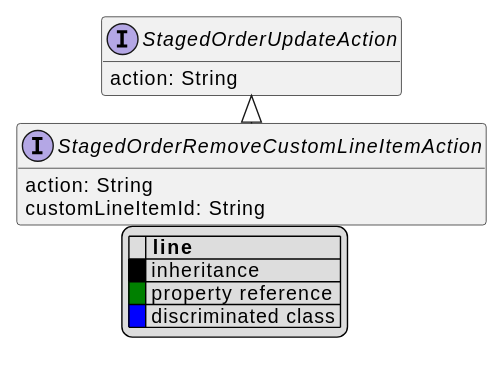
Before: uml/api/svg/StagedOrderRemoveCustomLineItemAction.svg, a diagram exported from PlantUML (commercetools/commercetools-api-reference). Source of this version:
```plantuml
@startuml
!pragma layout elk
hide empty fields
hide empty methods
legend
|= |= line |
|<back:black>   </back>| inheritance |
|<back:green>   </back>| property reference |
|<back:blue>   </back>| discriminated class |
endlegend
interface StagedOrderRemoveCustomLineItemAction [[StagedOrderRemoveCustomLineItemAction.svg]] extends StagedOrderUpdateAction {
    action: String
    customLineItemId: String
}
interface StagedOrderUpdateAction [[StagedOrderUpdateAction.svg]]  {
    action: String
}





@enduml
```
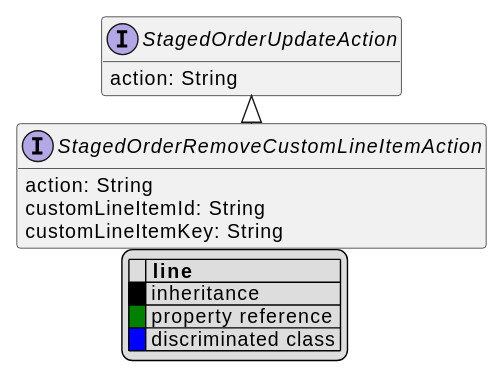
After the change.

Change to the diagram source:
```diff
@@ -11,6 +11,7 @@
 interface StagedOrderRemoveCustomLineItemAction [[StagedOrderRemoveCustomLineItemAction.svg]] extends StagedOrderUpdateAction {
     action: String
     customLineItemId: String
+    customLineItemKey: String
 }
 interface StagedOrderUpdateAction [[StagedOrderUpdateAction.svg]]  {
     action: String
```
